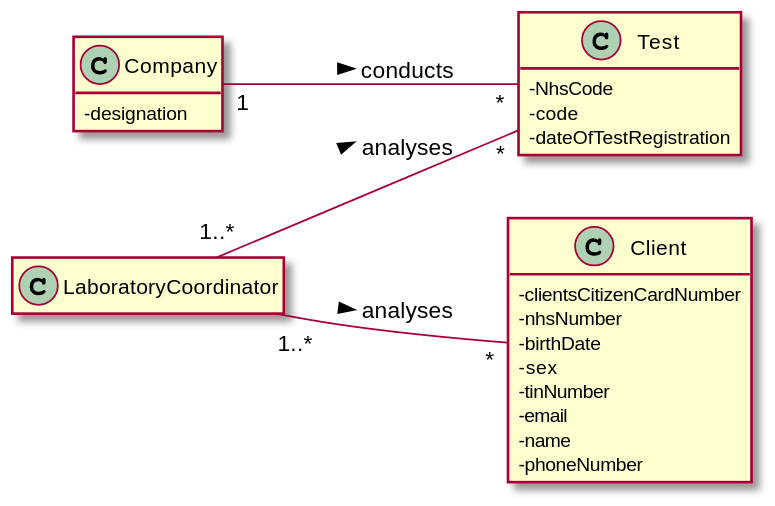
The PlantUML diagram docs/SprintD/US_16/US016_DM.svg in ana-albergaria/LAPR2-ISEP, before a commit.
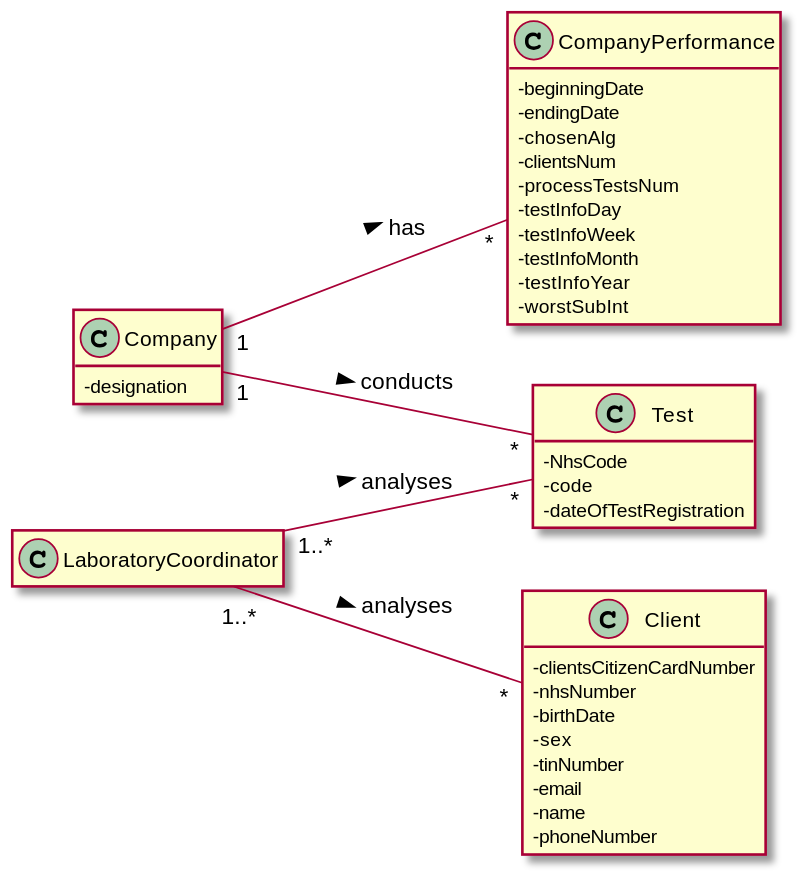
After the change.

What changed in the source:
```diff
@@ -29,8 +29,22 @@
 class LaboratoryCoordinator{
 }
 
+class CompanyPerformance{
+- beginningDate
+- endingDate
+- chosenAlg
+- clientsNum
+- processTestsNum
+- testInfoDay
+- testInfoWeek
+- testInfoMonth
+- testInfoYear
+- worstSubInt
+}
+
 Company "1" -- "*" Test : conducts >
 LaboratoryCoordinator "1..*" -- "*" Test : analyses >
 LaboratoryCoordinator "1..*" -- "*" Client : analyses >
+Company "1" -- "*" CompanyPerformance : has >
 
 @enduml
```
